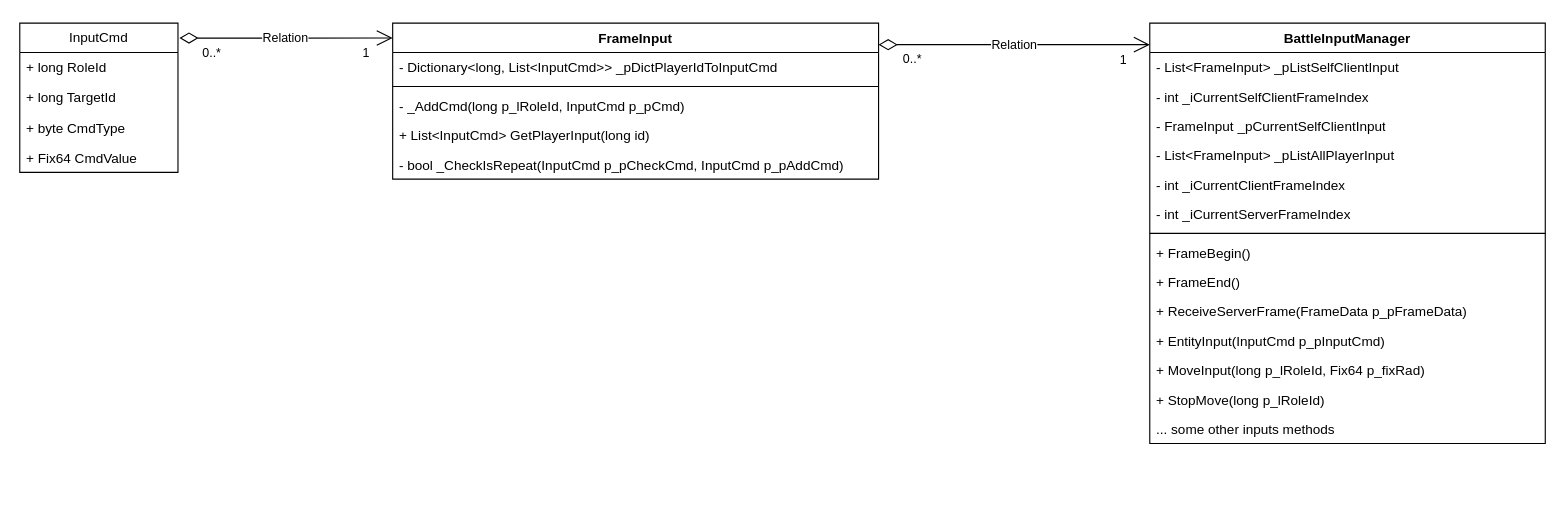
RookieGordon/Learning-Notes keeps this draw.io diagram as Unity/战斗/战斗.drawio. Above is the earlier version. Source tidied: cells renumbered, new cells numbered last; positions are measured from the earlier drawing's top-left corner, leaving out a move shared by most shapes. Both pictures are drawn from the tidied source at 113%, with x=0, y=0 at pixel (19, 23).
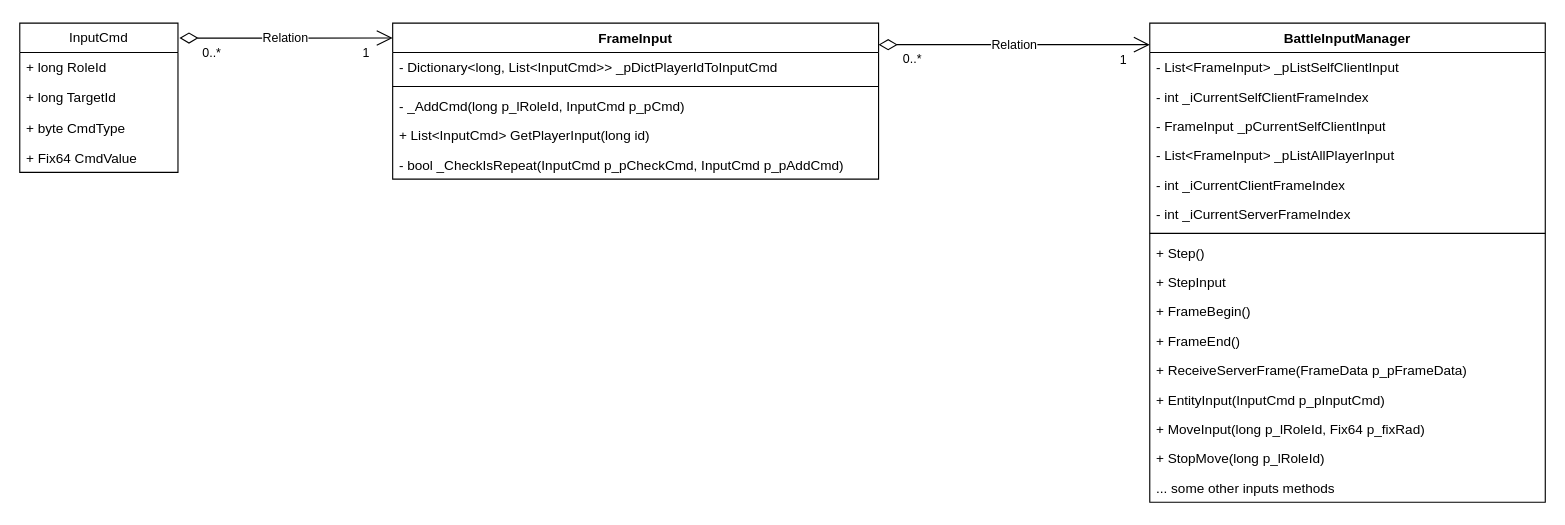
The same page after the edit.

Change to the diagram source:
```diff
@@
     <mxCell id="16" value="BattleInputManager" style="swimlane;fontStyle=1;align=center;verticalAlign=top;horizontal=1;startSize=26;whiteSpace=wrap;html=1;" parent="1" vertex="1">
-      <mxGeometry x="1000" width="350" height="372" as="geometry" />
+      <mxGeometry x="1000" width="350" height="424" as="geometry" />
     </mxCell>
@@
+    <mxCell id="34" value="+&amp;nbsp;Step()" style="text;strokeColor=none;fillColor=none;align=left;verticalAlign=top;spacingLeft=4;spacingRight=4;overflow=hidden;whiteSpace=wrap;html=1;" parent="16" vertex="1">
+      <mxGeometry y="190" width="350" height="26" as="geometry" />
+    </mxCell>
+    <mxCell id="35" value="+&amp;nbsp;StepInput" style="text;strokeColor=none;fillColor=none;align=left;verticalAlign=top;spacingLeft=4;spacingRight=4;overflow=hidden;whiteSpace=wrap;html=1;" parent="16" vertex="1">
+      <mxGeometry y="216" width="350" height="26" as="geometry" />
+    </mxCell>
     <mxCell id="24" value="+ FrameBegin()" style="text;strokeColor=none;fillColor=none;align=left;verticalAlign=top;spacingLeft=4;spacingRight=4;overflow=hidden;whiteSpace=wrap;html=1;" parent="16" vertex="1">
-      <mxGeometry y="190" width="350" height="26" as="geometry" />
+      <mxGeometry y="242" width="350" height="26" as="geometry" />
     </mxCell>
     <mxCell id="25" value="+ FrameEnd()" style="text;strokeColor=none;fillColor=none;align=left;verticalAlign=top;spacingLeft=4;spacingRight=4;overflow=hidden;whiteSpace=wrap;html=1;" parent="16" vertex="1">
-      <mxGeometry y="216" width="350" height="26" as="geometry" />
+      <mxGeometry y="268" width="350" height="26" as="geometry" />
     </mxCell>
     <mxCell id="26" value="+&amp;nbsp;ReceiveServerFrame(FrameData p_pFrameData)" style="text;strokeColor=none;fillColor=none;align=left;verticalAlign=top;spacingLeft=4;spacingRight=4;overflow=hidden;whiteSpace=wrap;html=1;" parent="16" vertex="1">
-      <mxGeometry y="242" width="350" height="26" as="geometry" />
+      <mxGeometry y="294" width="350" height="26" as="geometry" />
     </mxCell>
     <mxCell id="27" value="+&amp;nbsp;EntityInput(InputCmd p_pInputCmd)" style="text;strokeColor=none;fillColor=none;align=left;verticalAlign=top;spacingLeft=4;spacingRight=4;overflow=hidden;whiteSpace=wrap;html=1;" parent="16" vertex="1">
-      <mxGeometry y="268" width="350" height="26" as="geometry" />
+      <mxGeometry y="320" width="350" height="26" as="geometry" />
     </mxCell>
     <mxCell id="28" value="+&amp;nbsp;MoveInput(long p_lRoleId, Fix64 p_fixRad)" style="text;strokeColor=none;fillColor=none;align=left;verticalAlign=top;spacingLeft=4;spacingRight=4;overflow=hidden;whiteSpace=wrap;html=1;" parent="16" vertex="1">
-      <mxGeometry y="294" width="350" height="26" as="geometry" />
+      <mxGeometry y="346" width="350" height="26" as="geometry" />
     </mxCell>
     <mxCell id="29" value="+&amp;nbsp;StopMove(long p_lRoleId)" style="text;strokeColor=none;fillColor=none;align=left;verticalAlign=top;spacingLeft=4;spacingRight=4;overflow=hidden;whiteSpace=wrap;html=1;" parent="16" vertex="1">
-      <mxGeometry y="320" width="350" height="26" as="geometry" />
+      <mxGeometry y="372" width="350" height="26" as="geometry" />
     </mxCell>
     <mxCell id="30" value="... some&amp;nbsp;other inputs&amp;nbsp;methods" style="text;strokeColor=none;fillColor=none;align=left;verticalAlign=top;spacingLeft=4;spacingRight=4;overflow=hidden;whiteSpace=wrap;html=1;" parent="16" vertex="1">
-      <mxGeometry y="346" width="350" height="26" as="geometry" />
+      <mxGeometry y="398" width="350" height="26" as="geometry" />
     </mxCell>
```
